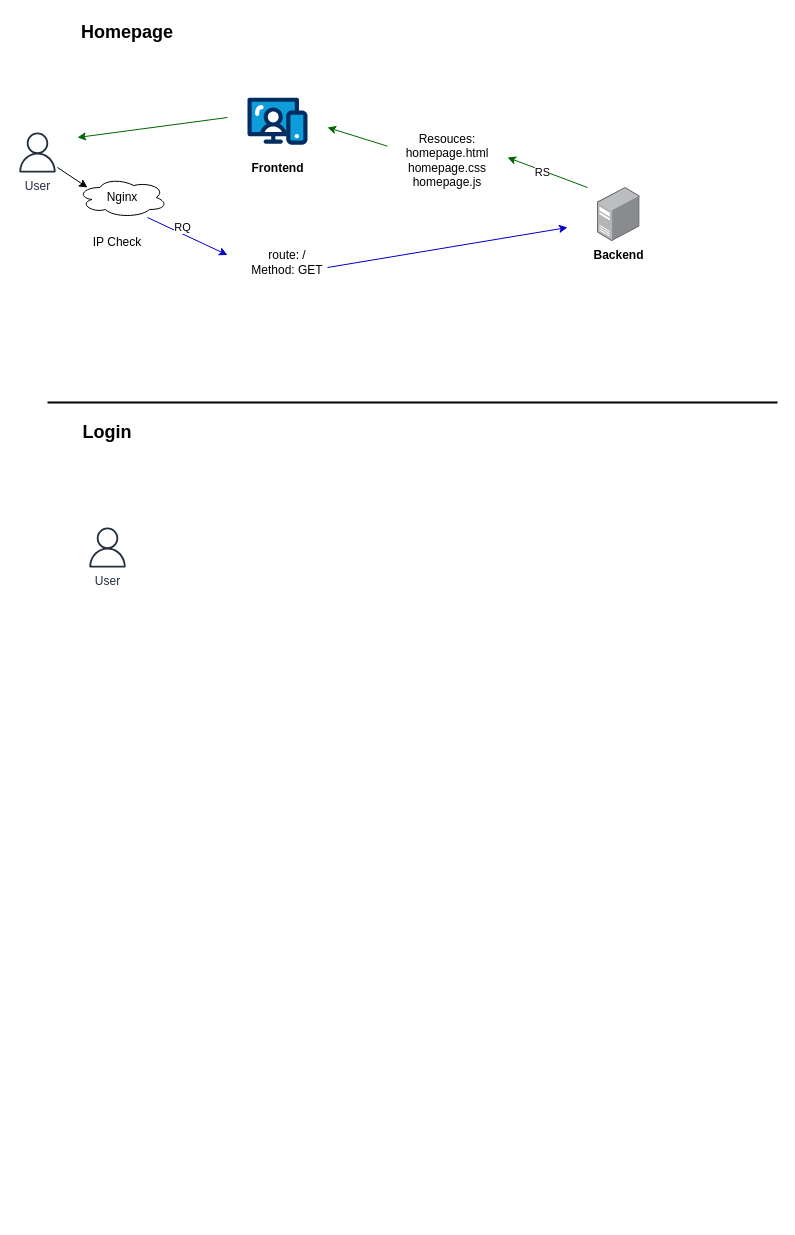
Earlier version of the draw.io diagram page "Connection - API" (2 of 5) of Project-Zero_structure.drawio (SponeKiller/Project-Zero). Source tidied: cells renumbered, new cells numbered last; positions are measured from the earlier drawing's top-left corner, leaving out a move shared by most shapes. Both pictures are drawn from the tidied source at 100%, with x=0, y=0 at pixel (17, 17).
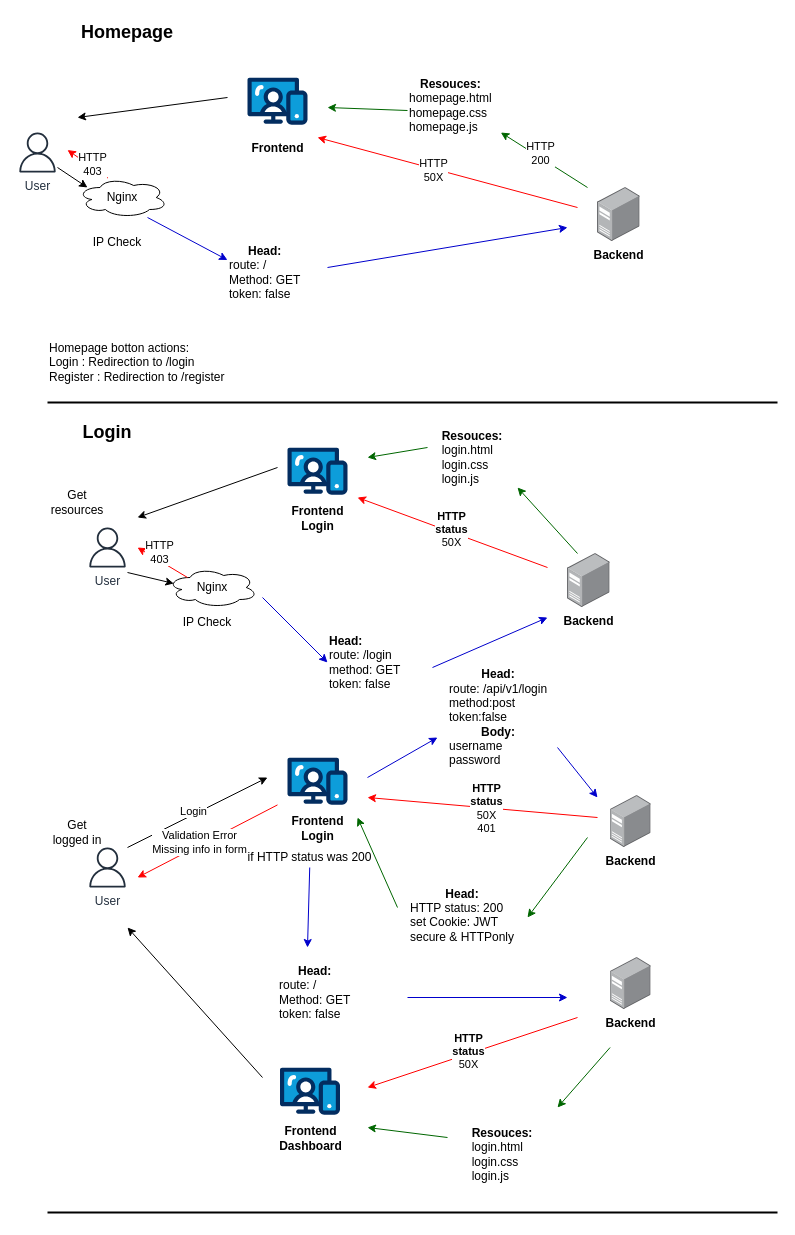
The same diagram, later.

Unchanged cells that the change refers to:
```xml
<mxCell id="6" style="endArrow=classic;html=1;rounded=0;entryX=0;entryY=0.25;entryDx=0;entryDy=0;fillColor=#006600;strokeColor=#0000CC;exitX=0.778;exitY=1;exitDx=0;exitDy=0;exitPerimeter=0;" parent="1" edge="1" source="18" target="8">
  <mxGeometry relative="1" as="geometry" />
</mxCell>
<mxCell id="18" value="Nginx" style="ellipse;shape=cloud;whiteSpace=wrap;html=1;align=center;" parent="1" vertex="1">
  <mxGeometry x="60" y="160" width="90" height="40" as="geometry" />
</mxCell>
```

Diff of the diagram source:
```diff
@@
     <mxCell id="4" value="&lt;b&gt;Frontend&lt;/b&gt;" style="verticalLabelPosition=bottom;html=1;shape=mxgraph.salesforce.web;" parent="1" vertex="1">
-      <mxGeometry x="230" y="80" width="60" height="47.4" as="geometry" />
+      <mxGeometry x="230" y="60" width="60" height="47.4" as="geometry" />
     </mxCell>
@@
-    <mxCell id="7" value="RQ" style="edgeLabel;html=1;align=center;verticalAlign=middle;" parent="6" vertex="1">
-      <mxGeometry x="-0.21" y="6" relative="1" as="geometry" />
-    </mxCell>
-    <mxCell id="8" value="&lt;div&gt;route: /&lt;/div&gt;Method: GET" style="text;html=1;align=center;verticalAlign=middle;whiteSpace=wrap;rounded=0;" parent="1" vertex="1">
-      <mxGeometry x="210" y="230" width="120" height="30" as="geometry" />
+    <mxCell id="8" value="&lt;div style=&quot;text-align: center;&quot;&gt;&lt;b&gt;Head:&lt;/b&gt;&lt;/div&gt;&lt;div&gt;route: /&lt;/div&gt;Method: GET&lt;div&gt;token: false&lt;/div&gt;" style="text;html=1;align=left;verticalAlign=middle;whiteSpace=wrap;rounded=0;" parent="1" vertex="1">
+      <mxGeometry x="210" y="230" width="120" height="50" as="geometry" />
     </mxCell>
@@
-    <mxCell id="10" style="endArrow=classic;html=1;rounded=0;strokeColor=#006600;" parent="1" edge="1">
+    <mxCell id="10" style="endArrow=classic;html=1;rounded=0;strokeColor=#006600;" parent="1" edge="1" target="12">
       <mxGeometry relative="1" as="geometry">
         <mxPoint x="570" y="170" as="sourcePoint" />
-        <mxPoint x="490" y="140" as="targetPoint" />
       </mxGeometry>
     </mxCell>
-    <mxCell id="11" value="RS" style="edgeLabel;html=1;align=center;verticalAlign=middle;" parent="10" vertex="1">
-      <mxGeometry x="0.09" y="1" relative="1" as="geometry">
-        <mxPoint x="-1" as="offset" />
-      </mxGeometry>
-    </mxCell>
+    <mxCell id="21" value="HTTP&lt;div&gt;200&lt;/div&gt;" style="edgeLabel;html=1;align=center;verticalAlign=middle;" parent="10" vertex="1">
+      <mxGeometry x="0.14" y="-4" relative="1" as="geometry" />
+    </mxCell>
-    <mxCell id="12" value="Resouces:&lt;div&gt;homepage.html&lt;/div&gt;&lt;div&gt;homepage.css&lt;/div&gt;&lt;div&gt;homepage.js&lt;/div&gt;" style="text;html=1;align=center;verticalAlign=middle;whiteSpace=wrap;rounded=0;" parent="1" vertex="1">
-      <mxGeometry x="380" y="115" width="100" height="55" as="geometry" />
+    <mxCell id="12" value="&lt;div style=&quot;text-align: center;&quot;&gt;&lt;span style=&quot;background-color: initial;&quot;&gt;&lt;b&gt;Resouces:&lt;/b&gt;&lt;/span&gt;&lt;/div&gt;&lt;div&gt;homepage.html&lt;/div&gt;&lt;div&gt;homepage.css&lt;/div&gt;&lt;div&gt;homepage.js&lt;/div&gt;" style="text;html=1;align=left;verticalAlign=middle;whiteSpace=wrap;rounded=0;" parent="1" vertex="1">
+      <mxGeometry x="390" y="60" width="100" height="55" as="geometry" />
     </mxCell>
-    <mxCell id="13" style="endArrow=classic;html=1;rounded=0;strokeColor=#006600;" parent="1" edge="1">
+    <mxCell id="13" style="endArrow=classic;html=1;rounded=0;strokeColor=#006600;exitX=0;exitY=0.6;exitDx=0;exitDy=0;exitPerimeter=0;" parent="1" edge="1" source="12">
       <mxGeometry relative="1" as="geometry">
-        <mxPoint x="370" y="128.7" as="sourcePoint" />
-        <mxPoint x="310" y="110" as="targetPoint" />
+        <mxPoint x="310" y="90" as="targetPoint" />
       </mxGeometry>
     </mxCell>
-    <mxCell id="14" style="endArrow=classic;html=1;rounded=0;strokeColor=#006600;" parent="1" edge="1">
+    <mxCell id="14" style="endArrow=classic;html=1;rounded=0;strokeColor=#000000;" parent="1" edge="1">
       <mxGeometry relative="1" as="geometry">
-        <mxPoint x="210" y="100" as="sourcePoint" />
-        <mxPoint x="60" y="120" as="targetPoint" />
+        <mxPoint x="210" y="80" as="sourcePoint" />
+        <mxPoint x="60" y="100" as="targetPoint" />
       </mxGeometry>
     </mxCell>
@@
+    <mxCell id="22" value="Nginx" style="ellipse;shape=cloud;whiteSpace=wrap;html=1;align=center;" parent="1" vertex="1">
+      <mxGeometry x="150" y="550" width="90" height="40" as="geometry" />
+    </mxCell>
+    <mxCell id="23" style="endArrow=classic;html=1;rounded=0;entryX=0.07;entryY=0.4;entryDx=0;entryDy=0;entryPerimeter=0;" parent="1" edge="1" target="22">
+      <mxGeometry relative="1" as="geometry">
+        <mxPoint x="110" y="555" as="sourcePoint" />
+      </mxGeometry>
+    </mxCell>
+    <mxCell id="24" style="endArrow=classic;html=1;rounded=0;strokeColor=#FF0000;" parent="1" edge="1">
+      <mxGeometry relative="1" as="geometry">
+        <mxPoint x="170" y="560" as="sourcePoint" />
+        <mxPoint x="120" y="530" as="targetPoint" />
+      </mxGeometry>
+    </mxCell>
+    <mxCell id="25" value="HTTP&lt;div&gt;403&lt;/div&gt;" style="edgeLabel;html=1;align=center;verticalAlign=middle;" parent="24" vertex="1">
+      <mxGeometry x="0.28" y="-7" relative="1" as="geometry" />
+    </mxCell>
+    <mxCell id="26" value="IP Check" style="text;html=1;align=center;verticalAlign=middle;whiteSpace=wrap;rounded=0;" parent="1" vertex="1">
+      <mxGeometry x="150" y="590" width="80" height="30" as="geometry" />
+    </mxCell>
+    <mxCell id="27" style="endArrow=classic;html=1;rounded=0;exitX=0.338;exitY=0.013;exitDx=0;exitDy=0;exitPerimeter=0;strokeColor=#FF0000;" parent="1" edge="1" source="18">
+      <mxGeometry relative="1" as="geometry">
+        <mxPoint x="50" y="132.5" as="targetPoint" />
+      </mxGeometry>
+    </mxCell>
+    <mxCell id="28" value="HTTP&lt;div&gt;403&lt;/div&gt;" style="edgeLabel;html=1;align=center;verticalAlign=middle;" parent="27" vertex="1">
+      <mxGeometry x="-0.16" y="-3" relative="1" as="geometry" />
+    </mxCell>
+    <mxCell id="29" style="endArrow=classic;html=1;rounded=0;strokeColor=#FF0000;" parent="1" edge="1">
+      <mxGeometry relative="1" as="geometry">
+        <mxPoint x="560" y="190" as="sourcePoint" />
+        <mxPoint x="300" y="120" as="targetPoint" />
+      </mxGeometry>
+    </mxCell>
+    <mxCell id="30" value="HTTP&lt;div&gt;50X&lt;/div&gt;" style="edgeLabel;html=1;align=center;verticalAlign=middle;" parent="29" vertex="1">
+      <mxGeometry x="0.11" y="1" relative="1" as="geometry" />
+    </mxCell>
+    <mxCell id="31" style="endArrow=classic;html=1;rounded=0;entryX=0;entryY=0.5;entryDx=0;entryDy=0;strokeColor=#0000CC;" parent="1" edge="1" target="32">
+      <mxGeometry relative="1" as="geometry">
+        <mxPoint x="245" y="580" as="sourcePoint" />
+      </mxGeometry>
+    </mxCell>
+    <mxCell id="32" value="&lt;div&gt;&lt;b&gt;Head:&lt;/b&gt;&lt;/div&gt;route: /login&lt;div&gt;method: GET&lt;/div&gt;&lt;div&gt;token: false&lt;/div&gt;" style="text;html=1;align=left;verticalAlign=middle;whiteSpace=wrap;rounded=0;" parent="1" vertex="1">
+      <mxGeometry x="310" y="620" width="110" height="50" as="geometry" />
+    </mxCell>
+    <mxCell id="33" value="&lt;b&gt;Backend&lt;/b&gt;" style="image;html=1;align=center;shadow=0;dashed=0;image=img/lib/allied_telesis/computer_and_terminals/Server_Desktop.svg;" parent="1" vertex="1">
+      <mxGeometry x="550" y="536" width="42.6" height="54" as="geometry" />
+    </mxCell>
+    <mxCell id="34" style="endArrow=classic;html=1;rounded=0;strokeColor=#0000CC;" parent="1" edge="1">
+      <mxGeometry relative="1" as="geometry">
+        <mxPoint x="415" y="650" as="sourcePoint" />
+        <mxPoint x="530" y="600" as="targetPoint" />
+      </mxGeometry>
+    </mxCell>
+    <mxCell id="35" value="&lt;b&gt;Frontend&lt;/b&gt;&lt;div&gt;&lt;b&gt;Login&lt;/b&gt;&lt;/div&gt;" style="verticalLabelPosition=bottom;html=1;shape=mxgraph.salesforce.web;" parent="1" vertex="1">
+      <mxGeometry x="270" y="430" width="60" height="47.4" as="geometry" />
+    </mxCell>
+    <mxCell id="36" style="endArrow=classic;html=1;rounded=0;strokeColor=#FF0000;" parent="1" edge="1">
+      <mxGeometry relative="1" as="geometry">
+        <mxPoint x="530" y="550" as="sourcePoint" />
+        <mxPoint x="340" y="480" as="targetPoint" />
+      </mxGeometry>
+    </mxCell>
+    <mxCell id="37" value="&lt;b&gt;HTTP&lt;/b&gt;&lt;div&gt;&lt;b&gt;status&lt;/b&gt;&lt;br&gt;&lt;div&gt;50X&lt;/div&gt;&lt;/div&gt;" style="edgeLabel;html=1;align=center;verticalAlign=middle;" parent="36" vertex="1">
+      <mxGeometry x="0.03" y="-3" relative="1" as="geometry" />
+    </mxCell>
+    <mxCell id="38" style="endArrow=classic;html=1;rounded=0;strokeColor=#006600;" parent="1" edge="1">
+      <mxGeometry relative="1" as="geometry">
+        <mxPoint x="560" y="536" as="sourcePoint" />
+        <mxPoint x="500" y="470" as="targetPoint" />
+      </mxGeometry>
+    </mxCell>
+    <mxCell id="39" value="&lt;div style=&quot;text-align: left;&quot;&gt;&lt;div style=&quot;text-align: center;&quot;&gt;&lt;span style=&quot;background-color: initial;&quot;&gt;&lt;b&gt;Resouces:&lt;/b&gt;&lt;/span&gt;&lt;/div&gt;&lt;div&gt;login.html&lt;/div&gt;&lt;div&gt;login.css&lt;/div&gt;&lt;div&gt;login.js&lt;/div&gt;&lt;/div&gt;" style="text;html=1;align=center;verticalAlign=middle;whiteSpace=wrap;rounded=0;" parent="1" vertex="1">
+      <mxGeometry x="410" y="400" width="90" height="80" as="geometry" />
+    </mxCell>
+    <mxCell id="40" style="endArrow=classic;html=1;rounded=0;strokeColor=#006600;" parent="1" edge="1">
+      <mxGeometry relative="1" as="geometry">
+        <mxPoint x="410" y="430" as="sourcePoint" />
+        <mxPoint x="350" y="440" as="targetPoint" />
+      </mxGeometry>
+    </mxCell>
+    <mxCell id="41" style="endArrow=classic;html=1;rounded=0;" parent="1" edge="1">
+      <mxGeometry relative="1" as="geometry">
+        <mxPoint x="260" y="450" as="sourcePoint" />
+        <mxPoint x="120" y="500" as="targetPoint" />
+      </mxGeometry>
+    </mxCell>
+    <mxCell id="42" value="Homepage botton actions:&lt;div&gt;Login : Redirection to /login&amp;nbsp;&lt;/div&gt;&lt;div&gt;Register : Redirection to /register&amp;nbsp;&lt;span style=&quot;background-color: initial;&quot;&gt;&amp;nbsp;&lt;/span&gt;&lt;/div&gt;" style="text;html=1;align=left;verticalAlign=middle;whiteSpace=wrap;rounded=0;" parent="1" vertex="1">
+      <mxGeometry x="30" y="310" width="280" height="70" as="geometry" />
+    </mxCell>
+    <mxCell id="43" value="Get resources" style="text;html=1;align=center;verticalAlign=middle;whiteSpace=wrap;rounded=0;" parent="1" vertex="1">
+      <mxGeometry x="30" y="470" width="60" height="30" as="geometry" />
+    </mxCell>
+    <mxCell id="44" value="Get logged in" style="text;html=1;align=center;verticalAlign=middle;whiteSpace=wrap;rounded=0;" parent="1" vertex="1">
+      <mxGeometry x="30" y="800" width="60" height="30" as="geometry" />
+    </mxCell>
+    <mxCell id="45" value="User" style="sketch=0;fontColor=#232F3E;gradientColor=none;fillColor=#232F3D;strokeColor=none;dashed=0;verticalLabelPosition=bottom;verticalAlign=top;align=center;html=1;fontSize=12;fontStyle=0;shape=mxgraph.aws4.user;" parent="1" vertex="1">
+      <mxGeometry x="70" y="830" width="40" height="40" as="geometry" />
+    </mxCell>
+    <mxCell id="46" value="&lt;b&gt;Frontend&lt;/b&gt;&lt;div&gt;&lt;b&gt;Login&lt;/b&gt;&lt;/div&gt;" style="verticalLabelPosition=bottom;html=1;shape=mxgraph.salesforce.web;" parent="1" vertex="1">
+      <mxGeometry x="270" y="740" width="60" height="47.4" as="geometry" />
+    </mxCell>
+    <mxCell id="47" style="endArrow=classic;html=1;rounded=0;" parent="1" edge="1">
+      <mxGeometry relative="1" as="geometry">
+        <mxPoint x="110" y="830" as="sourcePoint" />
+        <mxPoint x="250" y="760" as="targetPoint" />
+      </mxGeometry>
+    </mxCell>
+    <mxCell id="48" value="Login" style="edgeLabel;html=1;align=center;verticalAlign=middle;" parent="47" vertex="1">
+      <mxGeometry x="-0.04" y="3" relative="1" as="geometry" />
+    </mxCell>
+    <mxCell id="49" style="endArrow=classic;html=1;rounded=0;strokeColor=#FF0000;" parent="1" edge="1">
+      <mxGeometry relative="1" as="geometry">
+        <mxPoint x="260" y="787.4" as="sourcePoint" />
+        <mxPoint x="120" y="860" as="targetPoint" />
+      </mxGeometry>
+    </mxCell>
+    <mxCell id="50" value="Validation Error&lt;div&gt;Missing info in form&lt;/div&gt;" style="edgeLabel;html=1;align=center;verticalAlign=middle;" parent="49" vertex="1">
+      <mxGeometry x="0.1" y="-3" relative="1" as="geometry" />
+    </mxCell>
+    <mxCell id="51" value="&lt;b&gt;Backend&lt;/b&gt;" style="image;html=1;align=center;shadow=0;dashed=0;image=img/lib/allied_telesis/computer_and_terminals/Server_Desktop.svg;" parent="1" vertex="1">
+      <mxGeometry x="592.6" y="778" width="41" height="52" as="geometry" />
+    </mxCell>
+    <mxCell id="52" style="endArrow=classic;html=1;rounded=0;strokeColor=#0000CC;" parent="1" edge="1">
+      <mxGeometry relative="1" as="geometry">
+        <mxPoint x="350" y="760" as="sourcePoint" />
+        <mxPoint x="420" y="720" as="targetPoint" />
+      </mxGeometry>
+    </mxCell>
+    <mxCell id="53" value="&lt;div style=&quot;text-align: center;&quot;&gt;&lt;b&gt;Head:&lt;/b&gt;&lt;/div&gt;route: /api/v1/login&lt;div&gt;method:post&lt;/div&gt;&lt;div&gt;token:false&lt;/div&gt;&lt;div style=&quot;text-align: center;&quot;&gt;&lt;b&gt;Body:&lt;/b&gt;&lt;/div&gt;&lt;div style=&quot;&quot;&gt;username&lt;/div&gt;&lt;div style=&quot;&quot;&gt;password&lt;/div&gt;" style="text;html=1;align=left;verticalAlign=middle;whiteSpace=wrap;rounded=0;" parent="1" vertex="1">
+      <mxGeometry x="430" y="640" width="110" height="120" as="geometry" />
+    </mxCell>
+    <mxCell id="54" style="endArrow=classic;html=1;rounded=0;strokeColor=#0000CC;" parent="1" edge="1">
+      <mxGeometry relative="1" as="geometry">
+        <mxPoint x="540" y="730" as="sourcePoint" />
+        <mxPoint x="580" y="780" as="targetPoint" />
+      </mxGeometry>
+    </mxCell>
+    <mxCell id="55" style="endArrow=classic;html=1;rounded=0;strokeColor=#006600;" parent="1" edge="1">
+      <mxGeometry relative="1" as="geometry">
+        <mxPoint x="570" y="820" as="sourcePoint" />
+        <mxPoint x="510" y="900" as="targetPoint" />
+      </mxGeometry>
+    </mxCell>
+    <mxCell id="56" value="&lt;div style=&quot;text-align: left;&quot;&gt;&lt;div style=&quot;text-align: center;&quot;&gt;&lt;b&gt;Head:&lt;/b&gt;&lt;/div&gt;HTTP status: 200&lt;/div&gt;&lt;div style=&quot;text-align: left;&quot;&gt;set Cookie: JWT&lt;/div&gt;&lt;div style=&quot;text-align: left;&quot;&gt;secure &amp;amp; HTTPonly&lt;br&gt;&lt;div style=&quot;text-align: center;&quot;&gt;&lt;br&gt;&lt;/div&gt;&lt;/div&gt;" style="text;html=1;align=center;verticalAlign=middle;whiteSpace=wrap;rounded=0;" parent="1" vertex="1">
+      <mxGeometry x="390" y="860" width="110" height="90" as="geometry" />
+    </mxCell>
+    <mxCell id="57" style="endArrow=classic;html=1;rounded=0;strokeColor=#006600;" parent="1" edge="1">
+      <mxGeometry relative="1" as="geometry">
+        <mxPoint x="380" y="890" as="sourcePoint" />
+        <mxPoint x="340" y="800" as="targetPoint" />
+      </mxGeometry>
+    </mxCell>
+    <mxCell id="58" style="endArrow=classic;html=1;rounded=0;strokeColor=#FF0000;" parent="1" edge="1">
+      <mxGeometry relative="1" as="geometry">
+        <mxPoint x="580" y="800" as="sourcePoint" />
+        <mxPoint x="350" y="780" as="targetPoint" />
+      </mxGeometry>
+    </mxCell>
+    <mxCell id="59" value="&lt;b&gt;HTTP&lt;/b&gt;&lt;div&gt;&lt;b&gt;status&lt;/b&gt;&lt;br&gt;&lt;div&gt;&lt;div&gt;50X&lt;/div&gt;&lt;div&gt;401&lt;/div&gt;&lt;/div&gt;&lt;/div&gt;" style="edgeLabel;html=1;align=center;verticalAlign=middle;" parent="58" vertex="1">
+      <mxGeometry x="-0.03" relative="1" as="geometry" />
+    </mxCell>
+    <mxCell id="60" style="endArrow=classic;html=1;rounded=0;strokeColor=#0000CC;" parent="1" edge="1" source="63">
+      <mxGeometry relative="1" as="geometry">
+        <mxPoint x="290" y="930" as="targetPoint" />
+      </mxGeometry>
+    </mxCell>
+    <mxCell id="61" value="&lt;div style=&quot;text-align: center;&quot;&gt;&lt;b&gt;Head:&lt;/b&gt;&lt;/div&gt;&lt;div&gt;route: /&lt;/div&gt;Method: GET&lt;div&gt;token: false&lt;/div&gt;" style="text;html=1;align=left;verticalAlign=middle;whiteSpace=wrap;rounded=0;" parent="1" vertex="1">
+      <mxGeometry x="260" y="950" width="110" height="50" as="geometry" />
+    </mxCell>
+    <mxCell id="62" style="endArrow=classic;html=1;rounded=0;" parent="1" edge="1" target="63">
+      <mxGeometry relative="1" as="geometry">
+        <mxPoint x="295" y="850" as="sourcePoint" />
+      </mxGeometry>
+    </mxCell>
+    <mxCell id="63" value="if HTTP status was 200" style="text;html=1;align=center;verticalAlign=middle;whiteSpace=wrap;rounded=0;" parent="1" vertex="1">
+      <mxGeometry x="220" y="830" width="145" height="20" as="geometry" />
+    </mxCell>
+    <mxCell id="64" value="&lt;b&gt;Frontend&lt;/b&gt;&lt;div&gt;&lt;b&gt;Dashboard&lt;/b&gt;&lt;/div&gt;" style="verticalLabelPosition=bottom;html=1;shape=mxgraph.salesforce.web;" parent="1" vertex="1">
+      <mxGeometry x="262.5" y="1050" width="60" height="47.4" as="geometry" />
+    </mxCell>
+    <mxCell id="65" value="&lt;b&gt;Backend&lt;/b&gt;" style="image;html=1;align=center;shadow=0;dashed=0;image=img/lib/allied_telesis/computer_and_terminals/Server_Desktop.svg;" parent="1" vertex="1">
+      <mxGeometry x="592.6" y="940" width="41" height="52" as="geometry" />
+    </mxCell>
+    <mxCell id="66" style="endArrow=classic;html=1;rounded=0;strokeColor=#0000CC;" parent="1" edge="1">
+      <mxGeometry relative="1" as="geometry">
+        <mxPoint x="390" y="980" as="sourcePoint" />
+        <mxPoint x="550" y="980" as="targetPoint" />
+      </mxGeometry>
+    </mxCell>
+    <mxCell id="67" style="endArrow=classic;html=1;rounded=0;strokeColor=#FF0000;" parent="1" edge="1">
+      <mxGeometry relative="1" as="geometry">
+        <mxPoint x="560" y="1000" as="sourcePoint" />
+        <mxPoint x="350" y="1070" as="targetPoint" />
+      </mxGeometry>
+    </mxCell>
+    <mxCell id="68" value="&lt;b&gt;HTTP&lt;/b&gt;&lt;div&gt;&lt;b&gt;status&lt;/b&gt;&lt;br&gt;&lt;div&gt;50X&lt;/div&gt;&lt;/div&gt;" style="edgeLabel;html=1;align=center;verticalAlign=middle;" parent="67" vertex="1">
+      <mxGeometry x="0.03" y="-3" relative="1" as="geometry" />
+    </mxCell>
+    <mxCell id="69" style="endArrow=classic;html=1;rounded=0;strokeColor=#006600;" parent="1" edge="1">
+      <mxGeometry relative="1" as="geometry">
+        <mxPoint x="592.6" y="1030" as="sourcePoint" />
+        <mxPoint x="540" y="1090" as="targetPoint" />
+      </mxGeometry>
+    </mxCell>
+    <mxCell id="70" value="&lt;div style=&quot;text-align: left;&quot;&gt;&lt;div style=&quot;text-align: center;&quot;&gt;&lt;span style=&quot;background-color: initial;&quot;&gt;&lt;b&gt;Resouces:&lt;/b&gt;&lt;/span&gt;&lt;/div&gt;&lt;div&gt;login.html&lt;/div&gt;&lt;div&gt;login.css&lt;/div&gt;&lt;div&gt;login.js&lt;/div&gt;&lt;/div&gt;" style="text;html=1;align=center;verticalAlign=middle;whiteSpace=wrap;rounded=0;" parent="1" vertex="1">
+      <mxGeometry x="440" y="1097.4" width="90" height="80" as="geometry" />
+    </mxCell>
+    <mxCell id="71" style="endArrow=classic;html=1;rounded=0;strokeColor=#006600;" parent="1" edge="1">
+      <mxGeometry relative="1" as="geometry">
+        <mxPoint x="430" y="1120" as="sourcePoint" />
+        <mxPoint x="350" y="1110" as="targetPoint" />
+      </mxGeometry>
+    </mxCell>
+    <mxCell id="72" style="endArrow=classic;html=1;rounded=0;" parent="1" edge="1">
+      <mxGeometry relative="1" as="geometry">
+        <mxPoint x="245" y="1060" as="sourcePoint" />
+        <mxPoint x="110" y="910" as="targetPoint" />
+      </mxGeometry>
+    </mxCell>
+    <mxCell id="73" style="line;strokeWidth=2;html=1;" parent="1" vertex="1">
+      <mxGeometry x="30" y="1190" width="730" height="10" as="geometry" />
+    </mxCell>
```
